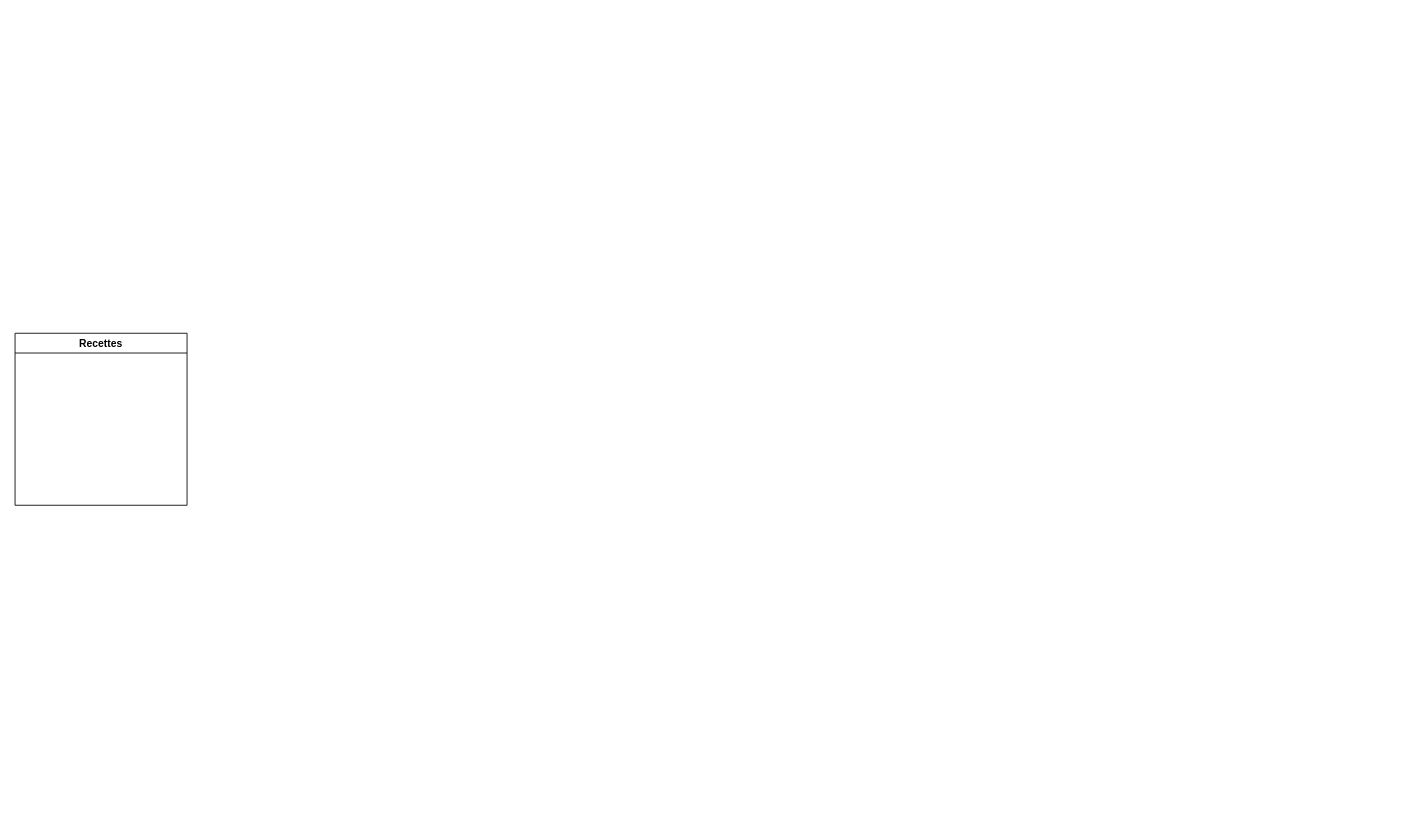
This is grafikart.drawio from cyrisa02/SQL, a draw.io file, before an edit. Source tidied: cells renumbered, new cells numbered last; positions are measured from the earlier drawing's top-left corner, leaving out a move shared by most shapes. Both pictures are drawn from the tidied source at 86%, with x=0, y=0 at pixel (15, 333).
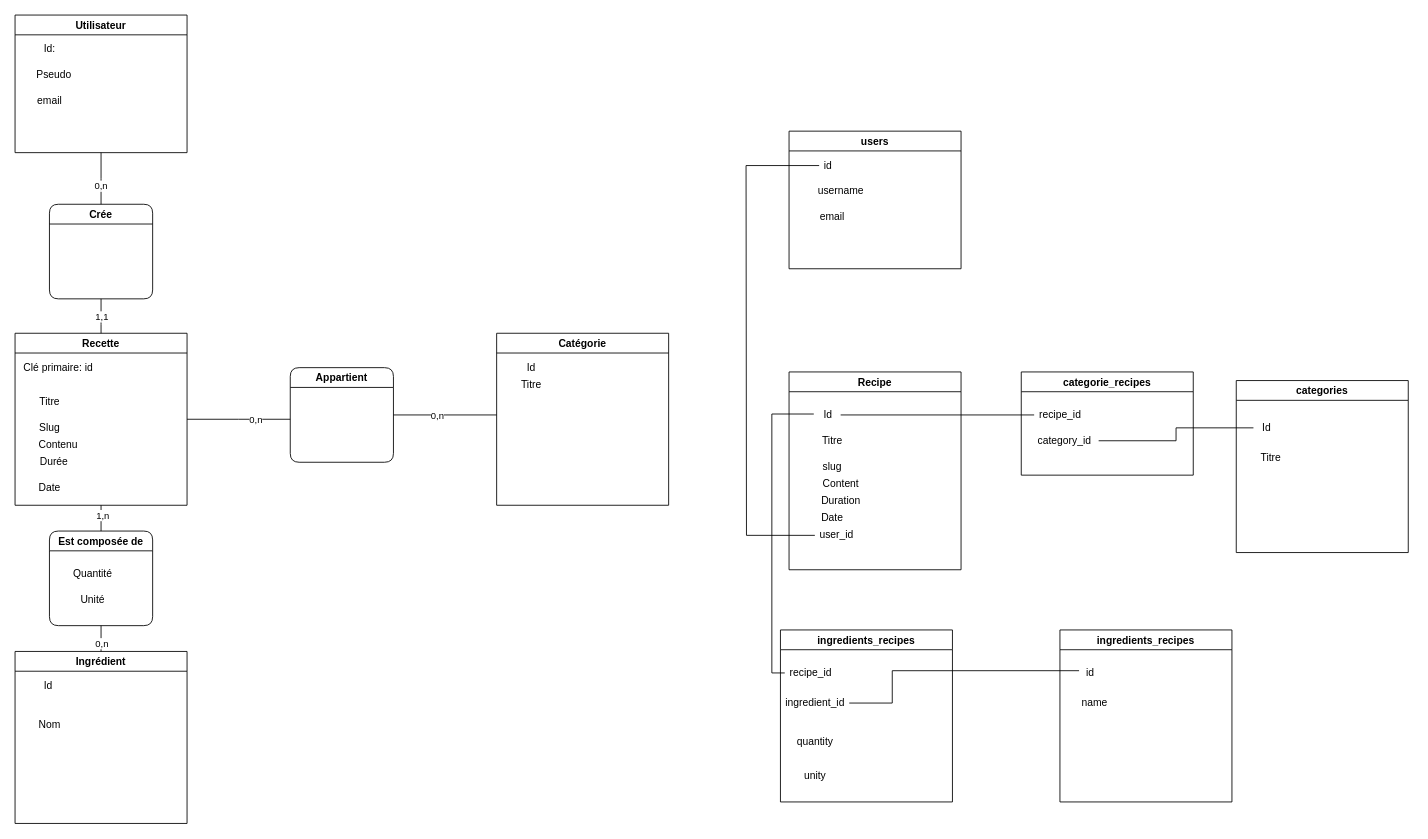
Above is the later version.

What changed in the source:
```diff
@@
+    <mxCell id="3" style="edgeStyle=orthogonalEdgeStyle;rounded=0;jettySize=auto;html=1;endArrow=none;endFill=0;" parent="1" edge="1" source="2">
+      <mxGeometry relative="1" as="geometry">
+        <mxPoint x="320" y="100" as="targetPoint" />
+      </mxGeometry>
+    </mxCell>
+    <mxCell id="4" value="0,n" style="edgeLabel;html=1;align=center;verticalAlign=middle;" parent="3" vertex="1">
+      <mxGeometry x="0.32" relative="1" as="geometry" />
+    </mxCell>
-    <mxCell id="2" value="Recettes" style="swimlane;" parent="1" vertex="1">
+    <mxCell id="2" value="Recette" style="swimlane;" parent="1" vertex="1">
       <mxGeometry width="200" height="200" as="geometry" />
     </mxCell>
+    <mxCell id="5" value="Titre" style="text;html=1;align=center;verticalAlign=middle;strokeColor=none;fillColor=none;" parent="2" vertex="1">
+      <mxGeometry x="20" y="70" width="40" height="20" as="geometry" />
+    </mxCell>
+    <mxCell id="6" value="Slug" style="text;html=1;align=center;verticalAlign=middle;strokeColor=none;fillColor=none;" parent="2" vertex="1">
+      <mxGeometry x="20" y="100" width="40" height="20" as="geometry" />
+    </mxCell>
+    <mxCell id="7" value="Contenu" style="text;html=1;align=center;verticalAlign=middle;strokeColor=none;fillColor=none;" parent="2" vertex="1">
+      <mxGeometry x="20" y="120" width="60" height="20" as="geometry" />
+    </mxCell>
+    <mxCell id="8" value="Date" style="text;html=1;align=center;verticalAlign=middle;strokeColor=none;fillColor=none;" parent="2" vertex="1">
+      <mxGeometry x="20" y="170" width="40" height="20" as="geometry" />
+    </mxCell>
+    <mxCell id="9" value="Durée" style="text;html=1;align=center;verticalAlign=middle;strokeColor=none;fillColor=none;" parent="2" vertex="1">
+      <mxGeometry x="20" y="140" width="50" height="20" as="geometry" />
+    </mxCell>
+    <mxCell id="10" value="Catégorie" style="swimlane;" parent="1" vertex="1">
+      <mxGeometry x="560" width="200" height="200" as="geometry" />
+    </mxCell>
+    <mxCell id="11" value="Titre&lt;br&gt;" style="text;html=1;align=center;verticalAlign=middle;strokeColor=none;fillColor=none;" parent="10" vertex="1">
+      <mxGeometry x="20" y="50" width="40" height="20" as="geometry" />
+    </mxCell>
+    <mxCell id="12" style="edgeStyle=orthogonalEdgeStyle;rounded=0;jettySize=auto;html=1;exitX=1;exitY=0.5;exitDx=0;exitDy=0;endArrow=none;endFill=0;" parent="1" edge="1" source="14">
+      <mxGeometry relative="1" as="geometry">
+        <mxPoint x="560" y="95" as="targetPoint" />
+      </mxGeometry>
+    </mxCell>
+    <mxCell id="13" value="0,n" style="edgeLabel;html=1;align=center;verticalAlign=middle;" parent="12" vertex="1">
+      <mxGeometry x="-0.17" relative="1" as="geometry" />
+    </mxCell>
+    <mxCell id="14" value="Appartient" style="swimlane;rounded=1;" parent="1" vertex="1">
+      <mxGeometry x="320" y="40" width="120" height="110" as="geometry" />
+    </mxCell>
+    <mxCell id="15" value="Ingrédient" style="swimlane;" parent="1" vertex="1">
+      <mxGeometry y="370" width="200" height="200" as="geometry" />
+    </mxCell>
+    <mxCell id="16" value="Nom" style="text;html=1;align=center;verticalAlign=middle;strokeColor=none;fillColor=none;" parent="15" vertex="1">
+      <mxGeometry x="20" y="75" width="40" height="20" as="geometry" />
+    </mxCell>
+    <mxCell id="17" style="edgeStyle=orthogonalEdgeStyle;rounded=0;jettySize=auto;html=1;exitX=0.5;exitY=1;exitDx=0;exitDy=0;entryX=0.5;entryY=0;entryDx=0;entryDy=0;endArrow=none;endFill=0;" parent="1" edge="1" source="19" target="15">
+      <mxGeometry relative="1" as="geometry">
+        <Array as="points">
+          <mxPoint x="100" y="360" />
+          <mxPoint x="100" y="360" />
+        </Array>
+      </mxGeometry>
+    </mxCell>
+    <mxCell id="18" value="0,n" style="edgeLabel;html=1;align=center;verticalAlign=middle;" parent="17" vertex="1">
+      <mxGeometry x="0.32" relative="1" as="geometry" />
+    </mxCell>
+    <mxCell id="19" value="Est composée de" style="swimlane;rounded=1;" parent="1" vertex="1">
+      <mxGeometry x="40" y="230" width="120" height="110" as="geometry" />
+    </mxCell>
+    <mxCell id="20" value="Unité" style="text;html=1;align=center;verticalAlign=middle;strokeColor=none;fillColor=none;" parent="19" vertex="1">
+      <mxGeometry x="30" y="70" width="40" height="20" as="geometry" />
+    </mxCell>
+    <mxCell id="21" style="edgeStyle=orthogonalEdgeStyle;rounded=0;jettySize=auto;html=1;exitX=0.5;exitY=1;exitDx=0;exitDy=0;entryX=0.5;entryY=0;entryDx=0;entryDy=0;endArrow=none;endFill=0;" parent="1" edge="1" source="2" target="19">
+      <mxGeometry relative="1" as="geometry">
+        <Array as="points">
+          <mxPoint x="100" y="210" />
+          <mxPoint x="100" y="210" />
+        </Array>
+      </mxGeometry>
+    </mxCell>
+    <mxCell id="22" value="1,n" style="edgeLabel;html=1;align=center;verticalAlign=middle;" parent="21" vertex="1">
+      <mxGeometry x="-0.29" y="1" relative="1" as="geometry" />
+    </mxCell>
+    <mxCell id="23" value="Utilisateur" style="swimlane;" parent="1" vertex="1">
+      <mxGeometry y="-370" width="200" height="160" as="geometry" />
+    </mxCell>
+    <mxCell id="24" value="email" style="text;html=1;align=center;verticalAlign=middle;strokeColor=none;fillColor=none;" parent="23" vertex="1">
+      <mxGeometry x="20" y="90" width="40" height="20" as="geometry" />
+    </mxCell>
+    <mxCell id="25" value="Pseudo" style="text;html=1;align=center;verticalAlign=middle;strokeColor=none;fillColor=none;" parent="23" vertex="1">
+      <mxGeometry x="15" y="60" width="60" height="20" as="geometry" />
+    </mxCell>
+    <mxCell id="26" style="edgeStyle=orthogonalEdgeStyle;rounded=0;orthogonalLoop=1;jettySize=auto;html=1;endArrow=none;endFill=0;" parent="1" edge="1">
+      <mxGeometry relative="1" as="geometry">
+        <mxPoint x="100" y="-40" as="sourcePoint" />
+        <mxPoint x="100" as="targetPoint" />
+        <Array as="points">
+          <mxPoint x="100" y="-10" />
+          <mxPoint x="100" y="-10" />
+        </Array>
+      </mxGeometry>
+    </mxCell>
+    <mxCell id="27" value="1,1" style="edgeLabel;html=1;align=center;verticalAlign=middle;" parent="26" vertex="1">
+      <mxGeometry x="0.83" relative="1" as="geometry">
+        <mxPoint y="-17" as="offset" />
+      </mxGeometry>
+    </mxCell>
+    <mxCell id="28" value="Crée" style="swimlane;rounded=1;" parent="1" vertex="1">
+      <mxGeometry x="40" y="-150" width="120" height="110" as="geometry" />
+    </mxCell>
+    <mxCell id="29" style="edgeStyle=orthogonalEdgeStyle;rounded=0;jettySize=auto;html=1;endArrow=none;endFill=0;" parent="1" edge="1" source="23" target="28">
+      <mxGeometry relative="1" as="geometry">
+        <Array as="points">
+          <mxPoint x="100" y="-180" />
+          <mxPoint x="100" y="-180" />
+        </Array>
+      </mxGeometry>
+    </mxCell>
+    <mxCell id="30" value="0,n" style="edgeLabel;html=1;align=center;verticalAlign=middle;" parent="29" vertex="1">
+      <mxGeometry x="0.25" y="-1" relative="1" as="geometry" />
+    </mxCell>
+    <mxCell id="31" value="Quantité" style="text;html=1;align=center;verticalAlign=middle;strokeColor=none;fillColor=none;" parent="1" vertex="1">
+      <mxGeometry x="60" y="270" width="60" height="20" as="geometry" />
+    </mxCell>
+    <mxCell id="32" value="Clé primaire: id" style="text;html=1;align=center;verticalAlign=middle;strokeColor=none;fillColor=none;" parent="1" vertex="1">
+      <mxGeometry y="30" width="100" height="20" as="geometry" />
+    </mxCell>
+    <mxCell id="33" value="Id:" style="text;html=1;align=center;verticalAlign=middle;strokeColor=none;fillColor=none;" parent="1" vertex="1">
+      <mxGeometry x="25" y="-340" width="30" height="20" as="geometry" />
+    </mxCell>
+    <mxCell id="34" value="Id" style="text;html=1;align=center;verticalAlign=middle;strokeColor=none;fillColor=none;" parent="1" vertex="1">
+      <mxGeometry x="585" y="30" width="30" height="20" as="geometry" />
+    </mxCell>
+    <mxCell id="35" value="Id&amp;nbsp;" style="text;html=1;align=center;verticalAlign=middle;strokeColor=none;fillColor=none;" parent="1" vertex="1">
+      <mxGeometry x="25" y="400" width="30" height="20" as="geometry" />
+    </mxCell>
+    <mxCell id="36" value="ingredients_recipes" style="swimlane;" parent="1" vertex="1">
+      <mxGeometry x="890" y="345" width="200" height="200" as="geometry" />
+    </mxCell>
+    <mxCell id="37" value="ingredient_id" style="text;html=1;align=center;verticalAlign=middle;points=[];strokeColor=none;fillColor=none;" parent="36" vertex="1">
+      <mxGeometry y="75" width="80" height="20" as="geometry" />
+    </mxCell>
+    <mxCell id="38" value="recipe_id" style="text;html=1;align=center;verticalAlign=middle;points=[];strokeColor=none;fillColor=none;" parent="36" vertex="1">
+      <mxGeometry x="5" y="40" width="60" height="20" as="geometry" />
+    </mxCell>
+    <mxCell id="39" value="quantity&lt;br&gt;" style="text;html=1;align=center;verticalAlign=middle;strokeColor=none;fillColor=none;" parent="36" vertex="1">
+      <mxGeometry x="10" y="120" width="60" height="20" as="geometry" />
+    </mxCell>
+    <mxCell id="40" value="unity" style="text;html=1;align=center;verticalAlign=middle;strokeColor=none;fillColor=none;" parent="36" vertex="1">
+      <mxGeometry x="20" y="160" width="40" height="20" as="geometry" />
+    </mxCell>
+    <mxCell id="41" style="group;" parent="1" vertex="1">
+      <mxGeometry x="900" y="-235" width="200" height="160" as="geometry" />
+    </mxCell>
+    <mxCell id="42" value="users" style="swimlane;" parent="41" vertex="1">
+      <mxGeometry width="200" height="160" as="geometry" />
+    </mxCell>
+    <mxCell id="43" value="email" style="text;html=1;align=center;verticalAlign=middle;strokeColor=none;fillColor=none;" parent="42" vertex="1">
+      <mxGeometry x="30" y="90" width="40" height="20" as="geometry" />
+    </mxCell>
+    <mxCell id="44" value="username" style="text;html=1;align=center;verticalAlign=middle;strokeColor=none;fillColor=none;" parent="42" vertex="1">
+      <mxGeometry x="25" y="60" width="70" height="20" as="geometry" />
+    </mxCell>
+    <mxCell id="45" value="id" style="text;html=1;align=center;verticalAlign=middle;points=[];strokeColor=none;fillColor=none;" parent="42" vertex="1">
+      <mxGeometry x="35" y="30" width="20" height="20" as="geometry" />
+    </mxCell>
+    <mxCell id="46" style="group;" parent="1" vertex="1">
+      <mxGeometry x="900" y="45" width="200" height="230" as="geometry" />
+    </mxCell>
+    <mxCell id="47" value="Recipe" style="swimlane;" parent="46" vertex="1">
+      <mxGeometry width="200" height="230" as="geometry" />
+    </mxCell>
+    <mxCell id="48" value="Titre" style="text;html=1;align=center;verticalAlign=middle;strokeColor=none;fillColor=none;" parent="47" vertex="1">
+      <mxGeometry x="30" y="70" width="40" height="20" as="geometry" />
+    </mxCell>
+    <mxCell id="49" value="slug" style="text;html=1;align=center;verticalAlign=middle;strokeColor=none;fillColor=none;" parent="47" vertex="1">
+      <mxGeometry x="30" y="100" width="40" height="20" as="geometry" />
+    </mxCell>
+    <mxCell id="50" value="Content" style="text;html=1;align=center;verticalAlign=middle;strokeColor=none;fillColor=none;" parent="47" vertex="1">
+      <mxGeometry x="30" y="120" width="60" height="20" as="geometry" />
+    </mxCell>
+    <mxCell id="51" value="Date" style="text;html=1;align=center;verticalAlign=middle;strokeColor=none;fillColor=none;" parent="47" vertex="1">
+      <mxGeometry x="30" y="160" width="40" height="20" as="geometry" />
+    </mxCell>
+    <mxCell id="52" value="Duration" style="text;html=1;align=center;verticalAlign=middle;strokeColor=none;fillColor=none;" parent="47" vertex="1">
+      <mxGeometry x="30" y="140" width="60" height="20" as="geometry" />
+    </mxCell>
+    <mxCell id="53" value="Id" style="text;html=1;align=center;verticalAlign=middle;points=[];strokeColor=none;fillColor=none;" parent="47" vertex="1">
+      <mxGeometry x="30" y="40" width="30" height="20" as="geometry" />
+    </mxCell>
+    <mxCell id="54" value="user_id&lt;br&gt;" style="text;html=1;align=center;verticalAlign=middle;points=[];strokeColor=none;fillColor=none;" parent="47" vertex="1">
+      <mxGeometry x="30" y="180" width="50" height="20" as="geometry" />
+    </mxCell>
+    <mxCell id="55" style="group;" parent="1" vertex="1">
+      <mxGeometry x="1415" y="50" width="210" height="210" as="geometry" />
+    </mxCell>
+    <mxCell id="56" style="group;" parent="55" vertex="1">
+      <mxGeometry y="10" width="200" height="200" as="geometry" />
+    </mxCell>
+    <mxCell id="57" value="Id" style="text;html=1;align=center;verticalAlign=middle;points=[];strokeColor=none;fillColor=none;" parent="56" vertex="1">
+      <mxGeometry x="25" y="40" width="30" height="20" as="geometry" />
+    </mxCell>
+    <mxCell id="58" style="edgeStyle=orthogonalEdgeStyle;rounded=0;jettySize=auto;html=1;endArrow=none;endFill=0;" parent="1" edge="1" source="54">
+      <mxGeometry relative="1" as="geometry">
+        <mxPoint x="850" y="-195" as="targetPoint" />
+      </mxGeometry>
+    </mxCell>
+    <mxCell id="59" style="edgeStyle=orthogonalEdgeStyle;rounded=0;jettySize=auto;html=1;endArrow=none;endFill=0;" parent="1" edge="1" source="45">
+      <mxGeometry relative="1" as="geometry">
+        <mxPoint x="850" y="-195" as="targetPoint" />
+      </mxGeometry>
+    </mxCell>
+    <mxCell id="60" value="categories" style="swimlane;" parent="1" vertex="1">
+      <mxGeometry x="1420" y="55" width="200" height="200" as="geometry" />
+    </mxCell>
+    <mxCell id="61" value="Titre&lt;br&gt;" style="text;html=1;align=center;verticalAlign=middle;strokeColor=none;fillColor=none;" parent="60" vertex="1">
+      <mxGeometry x="20" y="80" width="40" height="20" as="geometry" />
+    </mxCell>
+    <mxCell id="62" value="categorie_recipes" style="swimlane;" parent="1" vertex="1">
+      <mxGeometry x="1170" y="45" width="200" height="120" as="geometry" />
+    </mxCell>
+    <mxCell id="63" value="category_id" style="text;html=1;align=center;verticalAlign=middle;points=[];strokeColor=none;fillColor=none;" parent="62" vertex="1">
+      <mxGeometry x="10" y="70" width="80" height="20" as="geometry" />
+    </mxCell>
+    <mxCell id="64" value="recipe_id" style="text;html=1;align=center;verticalAlign=middle;points=[];strokeColor=none;fillColor=none;" parent="62" vertex="1">
+      <mxGeometry x="15" y="40" width="60" height="20" as="geometry" />
+    </mxCell>
+    <mxCell id="65" style="edgeStyle=orthogonalEdgeStyle;rounded=0;jettySize=auto;html=1;endArrow=none;endFill=0;" parent="1" edge="1" source="53" target="64">
+      <mxGeometry relative="1" as="geometry" />
+    </mxCell>
+    <mxCell id="66" style="edgeStyle=orthogonalEdgeStyle;rounded=0;jettySize=auto;html=1;endArrow=none;endFill=0;" parent="1" edge="1" source="63" target="57">
+      <mxGeometry relative="1" as="geometry" />
+    </mxCell>
+    <mxCell id="67" value="ingredients_recipes" style="swimlane;" parent="1" vertex="1">
+      <mxGeometry x="1215" y="345" width="200" height="200" as="geometry" />
+    </mxCell>
+    <mxCell id="68" value="name" style="text;html=1;align=center;verticalAlign=middle;strokeColor=none;fillColor=none;" parent="67" vertex="1">
+      <mxGeometry x="15" y="75" width="50" height="20" as="geometry" />
+    </mxCell>
+    <mxCell id="69" value="id" style="text;html=1;align=center;verticalAlign=middle;points=[];strokeColor=none;fillColor=none;" parent="67" vertex="1">
+      <mxGeometry x="25" y="40" width="20" height="20" as="geometry" />
+    </mxCell>
+    <mxCell id="70" style="edgeStyle=orthogonalEdgeStyle;rounded=0;jettySize=auto;html=1;entryX=-0.041;entryY=0.446;entryDx=0;entryDy=0;entryPerimeter=0;endArrow=none;endFill=0;" parent="1" edge="1" source="38" target="53">
+      <mxGeometry relative="1" as="geometry">
+        <Array as="points">
+          <mxPoint x="880" y="395" />
+          <mxPoint x="880" y="94" />
+        </Array>
+      </mxGeometry>
+    </mxCell>
+    <mxCell id="71" style="edgeStyle=orthogonalEdgeStyle;rounded=0;jettySize=auto;html=1;endArrow=none;endFill=0;entryX=-0.138;entryY=0.369;entryDx=0;entryDy=0;entryPerimeter=0;" parent="1" edge="1" source="37" target="69">
+      <mxGeometry relative="1" as="geometry">
+        <Array as="points">
+          <mxPoint x="1020" y="430" />
+          <mxPoint x="1020" y="392" />
+        </Array>
+      </mxGeometry>
+    </mxCell>
```
